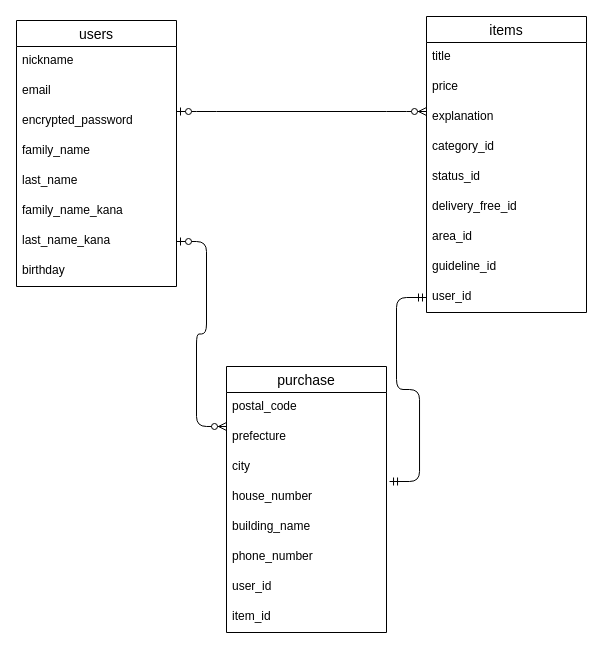
Before: furima.dio in yamamoto-makoto2020/furima-31131, a draw.io diagram. Source tidied: cells renumbered, new cells numbered last; positions are measured from the earlier drawing's top-left corner, leaving out a move shared by most shapes. Both pictures are drawn from the tidied source at 100%, with x=0, y=0 at pixel (16, 16).
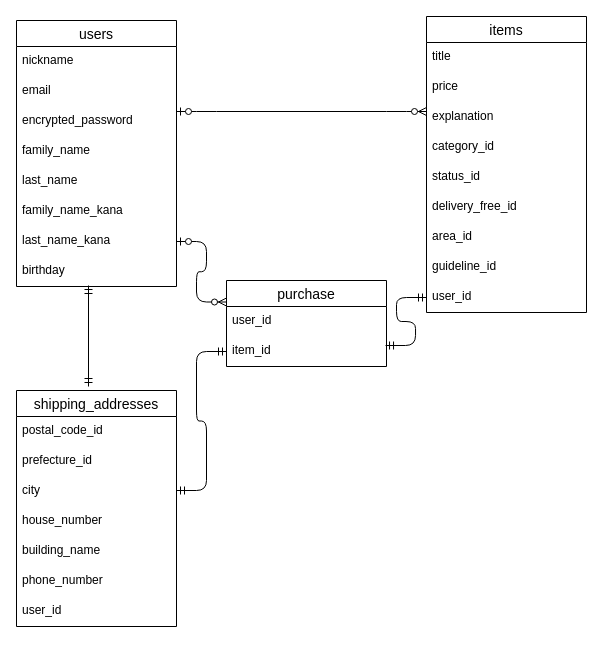
Above is the later version.

Commit message (it also covers changes not shown here):
データベース設計の編集２

Unchanged cells that the change refers to:
```xml
<mxCell id="11" value="user_id" style="text;strokeColor=none;fillColor=none;spacingLeft=4;spacingRight=4;overflow=hidden;points=[[0,0.5],[1,0.5]];portConstraint=eastwest;fontSize=12;" parent="2" vertex="1">
  <mxGeometry y="266" width="160" height="30" as="geometry" />
</mxCell>
<mxCell id="31" value="last_name_kana" style="text;strokeColor=none;fillColor=none;spacingLeft=4;spacingRight=4;overflow=hidden;points=[[0,0.5],[1,0.5]];portConstraint=eastwest;fontSize=12;" parent="24" vertex="1">
  <mxGeometry y="206" width="160" height="30" as="geometry" />
</mxCell>
<mxCell id="32" value="birthday" style="text;strokeColor=none;fillColor=none;spacingLeft=4;spacingRight=4;overflow=hidden;points=[[0,0.5],[1,0.5]];portConstraint=eastwest;fontSize=12;" parent="24" vertex="1">
  <mxGeometry y="236" width="160" height="30" as="geometry" />
</mxCell>
```

What changed in the source:
```diff
@@
-    <mxCell id="13" style="edgeStyle=entityRelationEdgeStyle;fontSize=12;html=1;endArrow=ERzeroToMany;startArrow=ERzeroToOne;exitX=1;exitY=0.5;exitDx=0;exitDy=0;entryX=0;entryY=0.133;entryDx=0;entryDy=0;entryPerimeter=0;" parent="1" edge="1" source="31" target="17">
+    <mxCell id="13" style="edgeStyle=entityRelationEdgeStyle;fontSize=12;html=1;endArrow=ERzeroToMany;startArrow=ERzeroToOne;exitX=1;exitY=0.5;exitDx=0;exitDy=0;entryX=0;entryY=0.25;entryDx=0;entryDy=0;" parent="1" edge="1" source="31" target="15">
       <mxGeometry relative="1" as="geometry" />
     </mxCell>
-    <mxCell id="14" style="edgeStyle=entityRelationEdgeStyle;fontSize=12;html=1;endArrow=ERmandOne;startArrow=ERmandOne;entryX=0;entryY=0.5;entryDx=0;entryDy=0;exitX=1.019;exitY=0.967;exitDx=0;exitDy=0;exitPerimeter=0;" parent="1" edge="1" source="18" target="11">
+    <mxCell id="14" style="edgeStyle=entityRelationEdgeStyle;fontSize=12;html=1;endArrow=ERmandOne;startArrow=ERmandOne;entryX=0;entryY=0.5;entryDx=0;entryDy=0;exitX=0.994;exitY=0.3;exitDx=0;exitDy=0;exitPerimeter=0;" parent="1" edge="1" source="23" target="11">
       <mxGeometry relative="1" as="geometry" />
     </mxCell>
-    <mxCell id="15" value="purchase" style="swimlane;fontStyle=0;horizontal=1;startSize=26;align=center;fontSize=14;" parent="1" vertex="1">
-      <mxGeometry x="210" y="350" width="160" height="266" as="geometry" />
-    </mxCell>
-    <mxCell id="16" value="postal_code" style="text;strokeColor=none;fillColor=none;spacingLeft=4;spacingRight=4;overflow=hidden;fontSize=12;" parent="15" vertex="1">
-      <mxGeometry y="26" width="160" height="30" as="geometry" />
-    </mxCell>
-    <mxCell id="17" value="prefecture" style="text;strokeColor=none;fillColor=none;spacingLeft=4;spacingRight=4;overflow=hidden;points=[[0,0.5],[1,0.5]];portConstraint=eastwest;fontSize=12;" parent="15" vertex="1">
-      <mxGeometry y="56" width="160" height="30" as="geometry" />
-    </mxCell>
-    <mxCell id="18" value="city" style="text;strokeColor=none;fillColor=none;spacingLeft=4;spacingRight=4;overflow=hidden;points=[[0,0.5],[1,0.5]];portConstraint=eastwest;fontSize=12;" parent="15" vertex="1">
-      <mxGeometry y="86" width="160" height="30" as="geometry" />
-    </mxCell>
-    <mxCell id="19" value="house_number" style="text;strokeColor=none;fillColor=none;spacingLeft=4;spacingRight=4;overflow=hidden;fontSize=12;" parent="15" vertex="1">
-      <mxGeometry y="116" width="160" height="30" as="geometry" />
-    </mxCell>
-    <mxCell id="20" value="building_name" style="text;strokeColor=none;fillColor=none;spacingLeft=4;spacingRight=4;overflow=hidden;fontSize=12;" parent="15" vertex="1">
-      <mxGeometry y="146" width="160" height="30" as="geometry" />
-    </mxCell>
-    <mxCell id="21" value="phone_number" style="text;strokeColor=none;fillColor=none;spacingLeft=4;spacingRight=4;overflow=hidden;fontSize=12;" parent="15" vertex="1">
-      <mxGeometry y="176" width="160" height="30" as="geometry" />
-    </mxCell>
-    <mxCell id="22" value="user_id" style="text;strokeColor=none;fillColor=none;spacingLeft=4;spacingRight=4;overflow=hidden;fontSize=12;" parent="15" vertex="1">
-      <mxGeometry y="206" width="160" height="30" as="geometry" />
-    </mxCell>
-    <mxCell id="23" value="item_id" style="text;strokeColor=none;fillColor=none;spacingLeft=4;spacingRight=4;overflow=hidden;points=[[0,0.5],[1,0.5]];portConstraint=eastwest;fontSize=12;" parent="15" vertex="1">
-      <mxGeometry y="236" width="160" height="30" as="geometry" />
-    </mxCell>
@@
+    <mxCell id="15" value="purchase" style="swimlane;fontStyle=0;horizontal=1;startSize=26;align=center;fontSize=14;" parent="1" vertex="1">
+      <mxGeometry x="210" y="264" width="160" height="86" as="geometry" />
+    </mxCell>
+    <mxCell id="22" value="user_id" style="text;strokeColor=none;fillColor=none;spacingLeft=4;spacingRight=4;overflow=hidden;fontSize=12;" parent="15" vertex="1">
+      <mxGeometry y="26" width="160" height="30" as="geometry" />
+    </mxCell>
+    <mxCell id="23" value="item_id" style="text;strokeColor=none;fillColor=none;spacingLeft=4;spacingRight=4;overflow=hidden;points=[[0,0.5],[1,0.5]];portConstraint=eastwest;fontSize=12;" parent="15" vertex="1">
+      <mxGeometry y="56" width="160" height="30" as="geometry" />
+    </mxCell>
+    <mxCell id="33" value="shipping_addresses" style="swimlane;fontStyle=0;horizontal=1;startSize=26;align=center;fontSize=14;" parent="1" vertex="1">
+      <mxGeometry y="374" width="160" height="236" as="geometry" />
+    </mxCell>
+    <mxCell id="34" value="postal_code_id" style="text;strokeColor=none;fillColor=none;spacingLeft=4;spacingRight=4;overflow=hidden;fontSize=12;" parent="33" vertex="1">
+      <mxGeometry y="26" width="160" height="30" as="geometry" />
+    </mxCell>
+    <mxCell id="35" value="prefecture_id" style="text;strokeColor=none;fillColor=none;spacingLeft=4;spacingRight=4;overflow=hidden;fontSize=12;" parent="33" vertex="1">
+      <mxGeometry y="56" width="160" height="30" as="geometry" />
+    </mxCell>
+    <mxCell id="18" value="city" style="text;strokeColor=none;fillColor=none;spacingLeft=4;spacingRight=4;overflow=hidden;points=[[0,0.5],[1,0.5]];portConstraint=eastwest;fontSize=12;" parent="33" vertex="1">
+      <mxGeometry y="86" width="160" height="30" as="geometry" />
+    </mxCell>
+    <mxCell id="19" value="house_number" style="text;strokeColor=none;fillColor=none;spacingLeft=4;spacingRight=4;overflow=hidden;fontSize=12;" parent="33" vertex="1">
+      <mxGeometry y="116" width="160" height="30" as="geometry" />
+    </mxCell>
+    <mxCell id="20" value="building_name" style="text;strokeColor=none;fillColor=none;spacingLeft=4;spacingRight=4;overflow=hidden;fontSize=12;" parent="33" vertex="1">
+      <mxGeometry y="146" width="160" height="30" as="geometry" />
+    </mxCell>
+    <mxCell id="21" value="phone_number" style="text;strokeColor=none;fillColor=none;spacingLeft=4;spacingRight=4;overflow=hidden;fontSize=12;" parent="33" vertex="1">
+      <mxGeometry y="176" width="160" height="30" as="geometry" />
+    </mxCell>
+    <mxCell id="36" value="user_id" style="text;strokeColor=none;fillColor=none;spacingLeft=4;spacingRight=4;overflow=hidden;fontSize=12;" parent="33" vertex="1">
+      <mxGeometry y="206" width="160" height="30" as="geometry" />
+    </mxCell>
+    <mxCell id="37" style="edgeStyle=entityRelationEdgeStyle;fontSize=12;html=1;endArrow=ERmandOne;startArrow=ERmandOne;entryX=0;entryY=0.5;entryDx=0;entryDy=0;" parent="1" edge="1" target="23">
+      <mxGeometry relative="1" as="geometry">
+        <mxPoint x="160" y="474" as="sourcePoint" />
+      </mxGeometry>
+    </mxCell>
+    <mxCell id="38" style="fontSize=12;html=1;endArrow=ERmandOne;startArrow=ERmandOne;rounded=1;entryX=0.45;entryY=0.967;entryDx=0;entryDy=0;entryPerimeter=0;" parent="1" edge="1" target="32">
+      <mxGeometry relative="1" as="geometry">
+        <mxPoint x="72" y="370" as="sourcePoint" />
+      </mxGeometry>
+    </mxCell>
```
